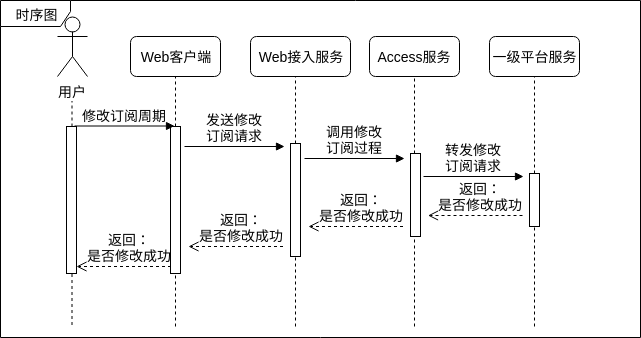
Earlier version of the draw.io export IOTManage/sequence-modifyCycle.png (waterwatermelon/graph). Source tidied: cells renumbered, new cells last; positions are measured from the earlier drawing's top-left corner, leaving out a move shared by most shapes.
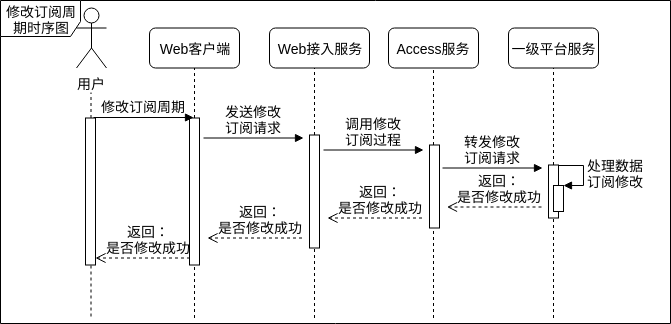
Above is the later version.

Diff of the diagram source:
```diff
@@ -2,6 +2,9 @@
   <root>
     <mxCell id="0" />
     <mxCell id="1" parent="0" />
+    <mxCell id="30" value="&lt;font style=&quot;font-size: 14px&quot;&gt;修改订阅周期时序图&lt;/font&gt;" style="shape=umlFrame;whiteSpace=wrap;html=1;width=80;height=36;" parent="1" vertex="1">
+      <mxGeometry x="-19" y="8.5" width="670" height="323" as="geometry" />
+    </mxCell>
     <mxCell id="2" value="用户" style="shape=umlActor;verticalLabelPosition=bottom;labelBackgroundColor=#ffffff;verticalAlign=top;html=1;fontSize=14;fontColor=#000000;" parent="1" vertex="1">
       <mxGeometry x="57" y="16" width="30" height="60" as="geometry" />
     </mxCell>
@@ -130,8 +133,16 @@
         <mxPoint x="76" y="266" as="targetPoint" />
       </mxGeometry>
     </mxCell>
-    <mxCell id="30" value="&lt;font style=&quot;font-size: 14px&quot;&gt;时序图&lt;/font&gt;" style="shape=umlFrame;whiteSpace=wrap;html=1;width=70;height=26;" parent="1" vertex="1">
-      <mxGeometry width="640" height="337" as="geometry" />
-    </mxCell>
+    <mxCell id="31" style="html=1;points=[];perimeter=orthogonalPerimeter;" parent="1" vertex="1">
+      <mxGeometry x="534" y="193.5" width="10" height="26" as="geometry" />
+    </mxCell>
+    <mxCell id="32" value="&lt;font style=&quot;font-size: 14px&quot;&gt;处理数据&lt;br&gt;订阅修改&lt;/font&gt;" style="edgeStyle=orthogonalEdgeStyle;html=1;align=left;spacingLeft=2;endArrow=block;rounded=0;entryX=1;entryY=0;" parent="1" edge="1" target="31">
+      <mxGeometry relative="1" as="geometry">
+        <mxPoint x="539" y="173" as="sourcePoint" />
+        <Array as="points">
+          <mxPoint x="564" y="173" />
+        </Array>
+      </mxGeometry>
+    </mxCell>
   </root>
 </mxGraphModel>
```
